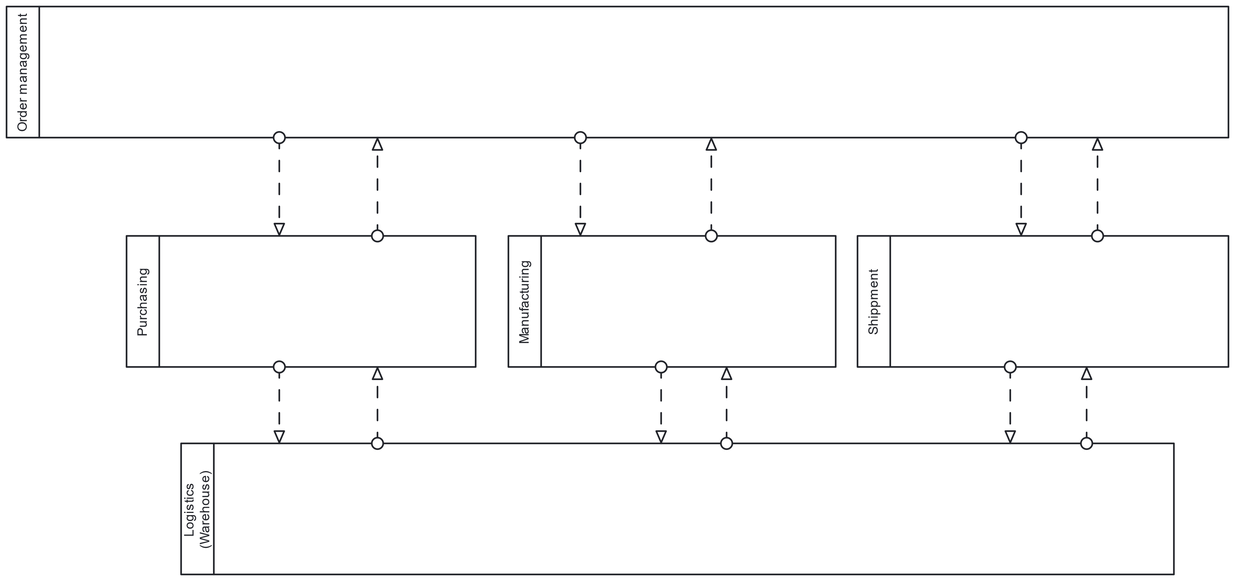
Before: processmodels/process_landscape.png, a diagram exported from BPMN (BpaLabTHCologne/bpa_lab_docs). Its source is kept beside it as processmodels/process_landscape.bpmn. Ids are renumbered.
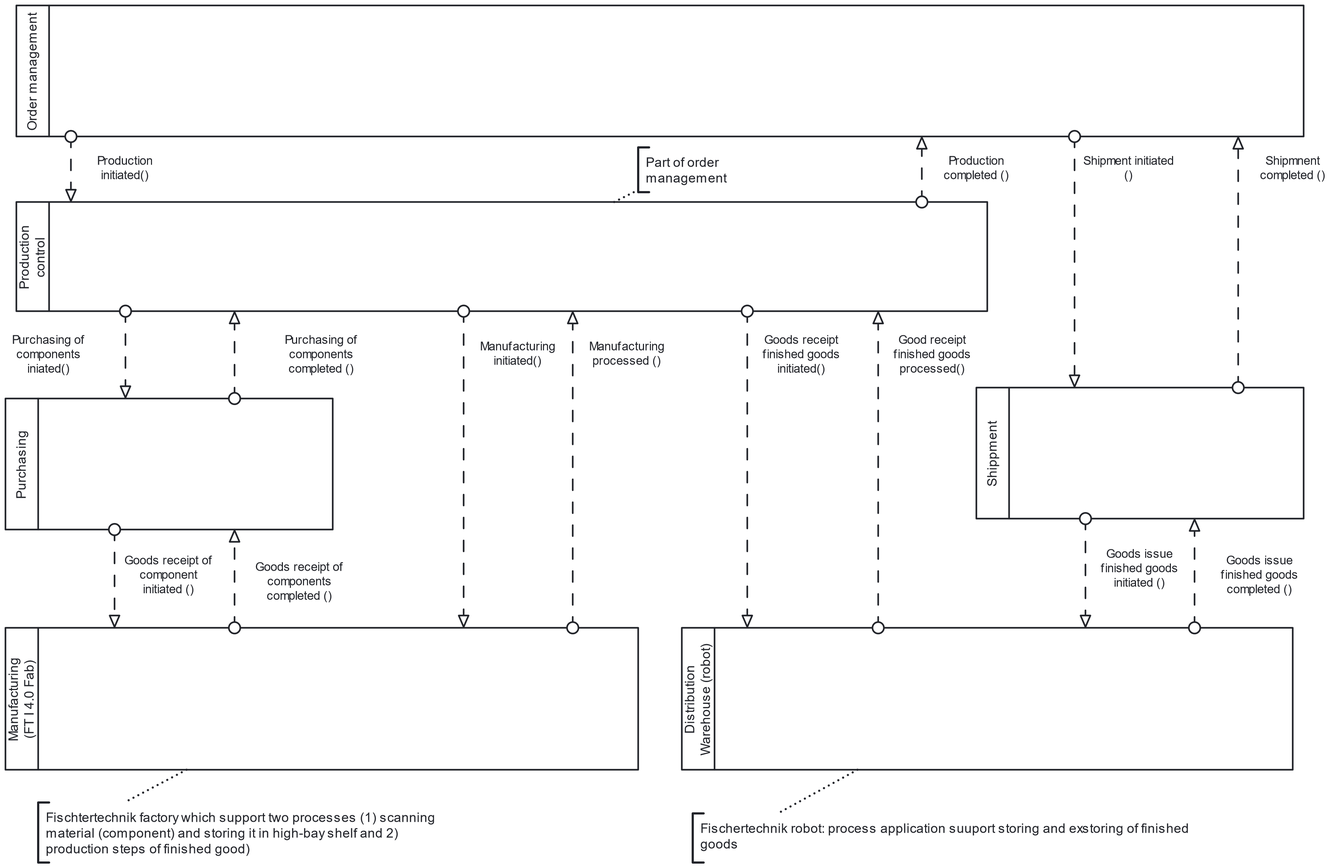
Above is the later version.

Commit message:
Process landscape updated

What changed in the source:
```diff
@@ -1,97 +1,191 @@
-<bpmn:definitions xmlns:bpmn="http://www.omg.org/spec/BPMN/20100524/MODEL" xmlns:bpmndi="http://www.omg.org/spec/BPMN/20100524/DI" xmlns:dc="http://www.omg.org/spec/DD/20100524/DC" xmlns:di="http://www.omg.org/spec/DD/20100524/DI" xmlns:modeler="http://camunda.org/schema/modeler/1.0" xmlns:camunda="http://camunda.org/schema/1.0/bpmn" id="Definitions_1" targetNamespace="http://bpmn.io/schema/bpmn" exporter="Camunda Web Modeler" exporterVersion="eec1ff9" modeler:executionPlatform="Camunda Cloud" modeler:executionPlatformVersion="8.2.0" camunda:diagramRelationId="beb02641-290f-4563-a83e-6813c0ab421a">
+<bpmn:definitions xmlns:bpmn="http://www.omg.org/spec/BPMN/20100524/MODEL" xmlns:bpmndi="http://www.omg.org/spec/BPMN/20100524/DI" xmlns:dc="http://www.omg.org/spec/DD/20100524/DC" xmlns:di="http://www.omg.org/spec/DD/20100524/DI" xmlns:modeler="http://camunda.org/schema/modeler/1.0" xmlns:camunda="http://camunda.org/schema/1.0/bpmn" id="Definitions_1" targetNamespace="http://bpmn.io/schema/bpmn" exporter="Camunda Web Modeler" exporterVersion="ceb2fc3" modeler:executionPlatform="Camunda Cloud" modeler:executionPlatformVersion="8.2.0" camunda:diagramRelationId="beb02641-290f-4563-a83e-6813c0ab421a">
   <bpmn:collaboration id="Collaboration_n1">
     <bpmn:participant id="Participant_n2" name="Order management" processRef="Process_n3" />
-    <bpmn:participant id="Participant_n4" name="Manufacturing" processRef="Process_n5" />
+    <bpmn:participant id="Participant_n4" name="Manufacturing&#10;(FT I 4.0 Fab)" processRef="Process_n5" />
     <bpmn:participant id="Participant_n6" name="Shippment" processRef="Process_n7" />
     <bpmn:participant id="Participant_n8" name="Purchasing" processRef="Process_n9" />
-    <bpmn:participant id="Participant_n10" name="Logistics (Warehouse)" processRef="Process_n11" />
-    <bpmn:messageFlow id="Flow_n12" sourceRef="Participant_n2" targetRef="Participant_n8" />
-    <bpmn:messageFlow id="Flow_n13" sourceRef="Participant_n2" targetRef="Participant_n4" />
-    <bpmn:messageFlow id="Flow_n14" sourceRef="Participant_n2" targetRef="Participant_n6" />
-    <bpmn:messageFlow id="Flow_n15" sourceRef="Participant_n4" targetRef="Participant_n2" />
-    <bpmn:messageFlow id="Flow_n16" sourceRef="Participant_n6" targetRef="Participant_n2" />
-    <bpmn:messageFlow id="Flow_n17" sourceRef="Participant_n4" targetRef="Participant_n10" />
-    <bpmn:messageFlow id="Flow_n18" sourceRef="Participant_n10" targetRef="Participant_n4" />
-    <bpmn:messageFlow id="Flow_n19" sourceRef="Participant_n6" targetRef="Participant_n10" />
-    <bpmn:messageFlow id="Flow_n20" sourceRef="Participant_n10" targetRef="Participant_n6" />
-    <bpmn:messageFlow id="Flow_n21" sourceRef="Participant_n8" targetRef="Participant_n10" />
-    <bpmn:messageFlow id="Flow_n22" sourceRef="Participant_n10" targetRef="Participant_n8" />
-    <bpmn:messageFlow id="Flow_n23" sourceRef="Participant_n8" targetRef="Participant_n2" />
+    <bpmn:participant id="Participant_n10" name="Distribution Warehouse (robot)" processRef="Process_n11" />
+    <bpmn:participant id="Participant_n24" name="Production control" processRef="Process_n25" />
+    <bpmn:messageFlow id="Flow_n12" name="Production initiated()" sourceRef="Participant_n2" targetRef="Participant_n24" />
+    <bpmn:messageFlow id="Flow_n14" name="Shipment initiated ()" sourceRef="Participant_n2" targetRef="Participant_n6" />
+    <bpmn:messageFlow id="Flow_n16" name="Shipmnent completed ()" sourceRef="Participant_n6" targetRef="Participant_n2" />
+    <bpmn:messageFlow id="Flow_n21" name="Goods receipt of component initiated ()" sourceRef="Participant_n8" targetRef="Participant_n4" />
+    <bpmn:messageFlow id="Flow_n22" name="Goods receipt of components completed ()" sourceRef="Participant_n4" targetRef="Participant_n8" />
+    <bpmn:messageFlow id="Flow_n23" name="Production completed ()" sourceRef="Participant_n24" targetRef="Participant_n2" />
+    <bpmn:messageFlow id="Flow_n26" name="Purchasing of components iniated()" sourceRef="Participant_n8" targetRef="Participant_n24" />
+    <bpmn:messageFlow id="Flow_n27" name="Purchasing of components completed ()" sourceRef="Participant_n24" targetRef="Participant_n8" />
+    <bpmn:messageFlow id="Flow_n28" name="Manufacturing initiated()" sourceRef="Participant_n24" targetRef="Participant_n4" />
+    <bpmn:messageFlow id="Flow_n29" name="Manufacturing processed ()" sourceRef="Participant_n4" targetRef="Participant_n24" />
+    <bpmn:messageFlow id="Flow_n30" name="Goods receipt finished goods initiated()" sourceRef="Participant_n24" targetRef="Participant_n10" />
+    <bpmn:messageFlow id="Flow_n31" name="Good receipt finished goods processed()" sourceRef="Participant_n10" targetRef="Participant_n24" />
+    <bpmn:messageFlow id="Flow_n32" name="Goods issue finished goods initiated ()" sourceRef="Participant_n6" targetRef="Participant_n10" />
+    <bpmn:messageFlow id="Flow_n33" name="Goods issue finished goods completed ()" sourceRef="Participant_n10" targetRef="Participant_n6" />
+    <bpmn:association id="Association_n34" sourceRef="Participant_n24" targetRef="TextAnnotation_n35" />
+    <bpmn:textAnnotation id="TextAnnotation_n35">
+      <bpmn:text>Part of order management</bpmn:text>
+    </bpmn:textAnnotation>
+    <bpmn:textAnnotation id="TextAnnotation_n36">
+      <bpmn:text>Fischtertechnik factory which support two processes (1) scanning material (component) and storing it in high-bay shelf and 2) production steps of finished good)</bpmn:text>
+    </bpmn:textAnnotation>
+    <bpmn:association id="Association_n37" sourceRef="Participant_n4" targetRef="TextAnnotation_n36" />
+    <bpmn:textAnnotation id="TextAnnotation_n38">
+      <bpmn:text>Fischertechnik robot: process application suuport storing and exstoring of finished goods</bpmn:text>
+    </bpmn:textAnnotation>
+    <bpmn:association id="Association_n39" sourceRef="Participant_n10" targetRef="TextAnnotation_n38" />
   </bpmn:collaboration>
   <bpmn:process id="Process_n3" isExecutable="true" />
   <bpmn:process id="Process_n5" isExecutable="false" />
   <bpmn:process id="Process_n7" isExecutable="false" />
   <bpmn:process id="Process_n9" isExecutable="false" />
   <bpmn:process id="Process_n11" isExecutable="false" />
+  <bpmn:process id="Process_n25" isExecutable="false" />
   <bpmndi:BPMNDiagram id="BPMNDiagram_1">
     <bpmndi:BPMNPlane id="BPMNPlane_1" bpmnElement="Collaboration_n1">
       <bpmndi:BPMNShape id="Participant_n2_di" bpmnElement="Participant_n2" isHorizontal="true">
-        <dc:Bounds x="160" y="80" width="1120" height="120" />
+        <dc:Bounds x="170" y="80" width="1180" height="120" />
         <bpmndi:BPMNLabel />
       </bpmndi:BPMNShape>
       <bpmndi:BPMNShape id="Participant_n4_di" bpmnElement="Participant_n4" isHorizontal="true">
-        <dc:Bounds x="620" y="290" width="300" height="120" />
+        <dc:Bounds x="160" y="650" width="580" height="130" />
         <bpmndi:BPMNLabel />
       </bpmndi:BPMNShape>
       <bpmndi:BPMNShape id="Participant_n6_di" bpmnElement="Participant_n6" isHorizontal="true">
-        <dc:Bounds x="940" y="290" width="340" height="120" />
+        <dc:Bounds x="1050" y="430" width="300" height="120" />
         <bpmndi:BPMNLabel />
       </bpmndi:BPMNShape>
       <bpmndi:BPMNShape id="Participant_n8_di" bpmnElement="Participant_n8" isHorizontal="true">
-        <dc:Bounds x="270" y="290" width="320" height="120" />
+        <dc:Bounds x="160" y="440" width="300" height="120" />
         <bpmndi:BPMNLabel />
       </bpmndi:BPMNShape>
       <bpmndi:BPMNShape id="Participant_n10_di" bpmnElement="Participant_n10" isHorizontal="true">
-        <dc:Bounds x="320" y="480" width="910" height="120" />
+        <dc:Bounds x="780" y="650" width="560" height="130" />
         <bpmndi:BPMNLabel />
       </bpmndi:BPMNShape>
+      <bpmndi:BPMNShape id="Participant_n24_di" bpmnElement="Participant_n24" isHorizontal="true">
+        <dc:Bounds x="170" y="260" width="890" height="100" />
+        <bpmndi:BPMNLabel />
+      </bpmndi:BPMNShape>
+      <bpmndi:BPMNShape id="TextAnnotation_n35_di" bpmnElement="TextAnnotation_n35">
+        <dc:Bounds x="740" y="210" width="100" height="41" />
+        <bpmndi:BPMNLabel />
+      </bpmndi:BPMNShape>
+      <bpmndi:BPMNShape id="TextAnnotation_n36_di" bpmnElement="TextAnnotation_n36">
+        <dc:Bounds x="190" y="810" width="380" height="55" />
+        <bpmndi:BPMNLabel />
+      </bpmndi:BPMNShape>
+      <bpmndi:BPMNShape id="TextAnnotation_n38_di" bpmnElement="TextAnnotation_n38">
+        <dc:Bounds x="790" y="820" width="500" height="45" />
+        <bpmndi:BPMNLabel />
+      </bpmndi:BPMNShape>
+      <bpmndi:BPMNEdge id="Association_n37_di" bpmnElement="Association_n37">
+        <di:waypoint x="326" y="780" />
+        <di:waypoint x="269" y="810" />
+      </bpmndi:BPMNEdge>
+      <bpmndi:BPMNEdge id="Association_n39_di" bpmnElement="Association_n39">
+        <di:waypoint x="941" y="780" />
+        <di:waypoint x="868" y="820" />
+      </bpmndi:BPMNEdge>
+      <bpmndi:BPMNEdge id="Association_n34_di" bpmnElement="Association_n34">
+        <di:waypoint x="718" y="260" />
+        <di:waypoint x="740" y="249" />
+      </bpmndi:BPMNEdge>
+      <bpmndi:BPMNEdge id="Flow_n16_di" bpmnElement="Flow_n16">
+        <di:waypoint x="1290" y="430" />
+        <di:waypoint x="1290" y="200" />
+        <bpmndi:BPMNLabel>
+          <dc:Bounds x="1310" y="216" width="61" height="27" />
+        </bpmndi:BPMNLabel>
+      </bpmndi:BPMNEdge>
+      <bpmndi:BPMNEdge id="Flow_n23_di" bpmnElement="Flow_n23">
+        <di:waypoint x="1000" y="260" />
+        <di:waypoint x="1000" y="200" />
+        <bpmndi:BPMNLabel>
+          <dc:Bounds x="1020" y="216" width="61" height="27" />
+        </bpmndi:BPMNLabel>
+      </bpmndi:BPMNEdge>
       <bpmndi:BPMNEdge id="Flow_n12_di" bpmnElement="Flow_n12">
-        <di:waypoint x="410" y="200" />
-        <di:waypoint x="410" y="290" />
-      </bpmndi:BPMNEdge>
-      <bpmndi:BPMNEdge id="Flow_n13_di" bpmnElement="Flow_n13">
-        <di:waypoint x="686" y="200" />
-        <di:waypoint x="686" y="290" />
+        <di:waypoint x="220" y="200" />
+        <di:waypoint x="220" y="260" />
+        <bpmndi:BPMNLabel>
+          <dc:Bounds x="244" y="216" width="52" height="27" />
+        </bpmndi:BPMNLabel>
       </bpmndi:BPMNEdge>
       <bpmndi:BPMNEdge id="Flow_n14_di" bpmnElement="Flow_n14">
-        <di:waypoint x="1090" y="200" />
-        <di:waypoint x="1090" y="290" />
-      </bpmndi:BPMNEdge>
-      <bpmndi:BPMNEdge id="Flow_n15_di" bpmnElement="Flow_n15">
-        <di:waypoint x="806" y="290" />
-        <di:waypoint x="806" y="200" />
-      </bpmndi:BPMNEdge>
-      <bpmndi:BPMNEdge id="Flow_n16_di" bpmnElement="Flow_n16">
-        <di:waypoint x="1160" y="290" />
-        <di:waypoint x="1160" y="200" />
-      </bpmndi:BPMNEdge>
-      <bpmndi:BPMNEdge id="Flow_n17_di" bpmnElement="Flow_n17">
-        <di:waypoint x="760" y="410" />
-        <di:waypoint x="760" y="480" />
-      </bpmndi:BPMNEdge>
-      <bpmndi:BPMNEdge id="Flow_n18_di" bpmnElement="Flow_n18">
-        <di:waypoint x="820" y="480" />
-        <di:waypoint x="820" y="410" />
-      </bpmndi:BPMNEdge>
-      <bpmndi:BPMNEdge id="Flow_n19_di" bpmnElement="Flow_n19">
-        <di:waypoint x="1080" y="410" />
-        <di:waypoint x="1080" y="480" />
-      </bpmndi:BPMNEdge>
-      <bpmndi:BPMNEdge id="Flow_n20_di" bpmnElement="Flow_n20">
-        <di:waypoint x="1150" y="480" />
-        <di:waypoint x="1150" y="410" />
+        <di:waypoint x="1140" y="200" />
+        <di:waypoint x="1140" y="430" />
+        <bpmndi:BPMNLabel>
+          <dc:Bounds x="1148" y="216" width="84" height="27" />
+        </bpmndi:BPMNLabel>
       </bpmndi:BPMNEdge>
       <bpmndi:BPMNEdge id="Flow_n21_di" bpmnElement="Flow_n21">
-        <di:waypoint x="410" y="410" />
-        <di:waypoint x="410" y="480" />
+        <di:waypoint x="260" y="560" />
+        <di:waypoint x="260" y="650" />
+        <bpmndi:BPMNLabel>
+          <dc:Bounds x="269" y="582" width="82" height="40" />
+        </bpmndi:BPMNLabel>
+      </bpmndi:BPMNEdge>
+      <bpmndi:BPMNEdge id="Flow_n28_di" bpmnElement="Flow_n28">
+        <di:waypoint x="580" y="360" />
+        <di:waypoint x="580" y="650" />
+        <bpmndi:BPMNLabel>
+          <dc:Bounds x="595" y="386" width="70" height="27" />
+        </bpmndi:BPMNLabel>
       </bpmndi:BPMNEdge>
       <bpmndi:BPMNEdge id="Flow_n22_di" bpmnElement="Flow_n22">
-        <di:waypoint x="500" y="480" />
-        <di:waypoint x="500" y="410" />
+        <di:waypoint x="370" y="650" />
+        <di:waypoint x="370" y="560" />
+        <bpmndi:BPMNLabel>
+          <dc:Bounds x="389" y="588" width="82" height="40" />
+        </bpmndi:BPMNLabel>
       </bpmndi:BPMNEdge>
-      <bpmndi:BPMNEdge id="Flow_n23_di" bpmnElement="Flow_n23">
-        <di:waypoint x="500" y="290" />
-        <di:waypoint x="500" y="200" />
+      <bpmndi:BPMNEdge id="Flow_n29_di" bpmnElement="Flow_n29">
+        <di:waypoint x="680" y="650" />
+        <di:waypoint x="680" y="360" />
+        <bpmndi:BPMNLabel>
+          <dc:Bounds x="695" y="386" width="70" height="27" />
+        </bpmndi:BPMNLabel>
+      </bpmndi:BPMNEdge>
+      <bpmndi:BPMNEdge id="Flow_n33_di" bpmnElement="Flow_n33">
+        <di:waypoint x="1250" y="650" />
+        <di:waypoint x="1250" y="550" />
+        <bpmndi:BPMNLabel>
+          <dc:Bounds x="1274" y="582" width="72" height="40" />
+        </bpmndi:BPMNLabel>
+      </bpmndi:BPMNEdge>
+      <bpmndi:BPMNEdge id="Flow_n32_di" bpmnElement="Flow_n32">
+        <di:waypoint x="1150" y="550" />
+        <di:waypoint x="1150" y="650" />
+        <bpmndi:BPMNLabel>
+          <dc:Bounds x="1164" y="576" width="72" height="40" />
+        </bpmndi:BPMNLabel>
+      </bpmndi:BPMNEdge>
+      <bpmndi:BPMNEdge id="Flow_n26_di" bpmnElement="Flow_n26">
+        <di:waypoint x="370" y="440" />
+        <di:waypoint x="370" y="360" />
+        <bpmndi:BPMNLabel>
+          <dc:Bounds x="166" y="380" width="68" height="40" />
+        </bpmndi:BPMNLabel>
+      </bpmndi:BPMNEdge>
+      <bpmndi:BPMNEdge id="Flow_n27_di" bpmnElement="Flow_n27">
+        <di:waypoint x="270" y="360" />
+        <di:waypoint x="270" y="440" />
+        <bpmndi:BPMNLabel>
+          <dc:Bounds x="416" y="380" width="68" height="40" />
+        </bpmndi:BPMNLabel>
+      </bpmndi:BPMNEdge>
+      <bpmndi:BPMNEdge id="Flow_n30_di" bpmnElement="Flow_n30">
+        <di:waypoint x="840" y="360" />
+        <di:waypoint x="840" y="650" />
+        <bpmndi:BPMNLabel>
+          <dc:Bounds x="854" y="380" width="72" height="40" />
+        </bpmndi:BPMNLabel>
+      </bpmndi:BPMNEdge>
+      <bpmndi:BPMNEdge id="Flow_n31_di" bpmnElement="Flow_n31">
+        <di:waypoint x="960" y="650" />
+        <di:waypoint x="960" y="360" />
+        <bpmndi:BPMNLabel>
+          <dc:Bounds x="974" y="380" width="72" height="40" />
+        </bpmndi:BPMNLabel>
       </bpmndi:BPMNEdge>
     </bpmndi:BPMNPlane>
   </bpmndi:BPMNDiagram>
```
